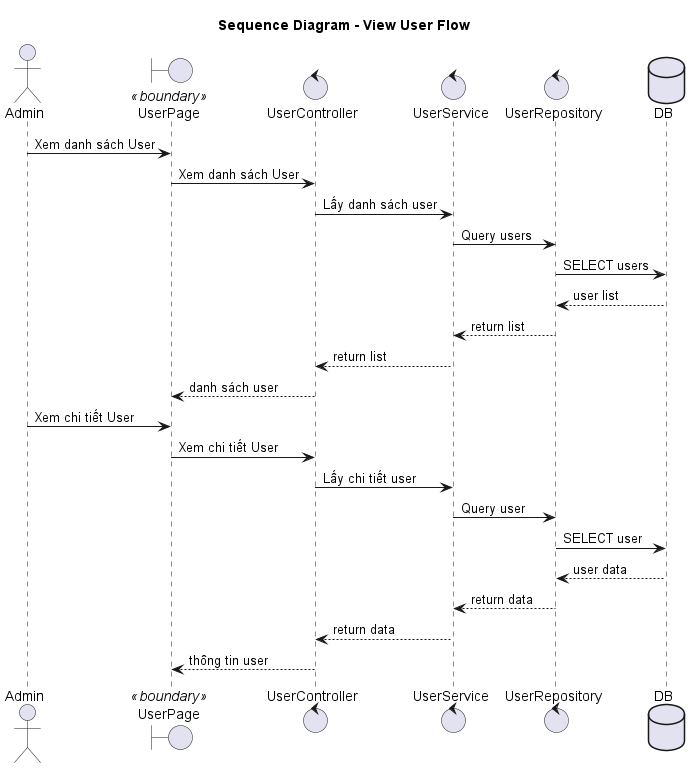
The PlantUML diagram out/sequence/xem user/view_user_sequence.png in Faythpromax/E-Learning, before a commit. Its diagram source:
```plantuml
@startuml view_user_sequence
title Sequence Diagram - View User Flow

actor Admin
boundary "UserPage" as UI <<boundary>>
control UserController
control UserService
control UserRepository
database DB

Admin -> UI: Xem danh sách User
UI -> UserController: Xem danh sách User

UserController -> UserService: Lấy danh sách user

UserService -> UserRepository: Query users
UserRepository -> DB: SELECT users
DB --> UserRepository: user list
UserRepository --> UserService: return list
UserService --> UserController: return list

UserController --> UI: danh sách user

Admin -> UI: Xem chi tiết User
UI -> UserController: Xem chi tiết User

UserController -> UserService: Lấy chi tiết user

UserService -> UserRepository: Query user
UserRepository -> DB: SELECT user
DB --> UserRepository: user data
UserRepository --> UserService: return data
UserService --> UserController: return data

UserController --> UI: thông tin user

@enduml
```
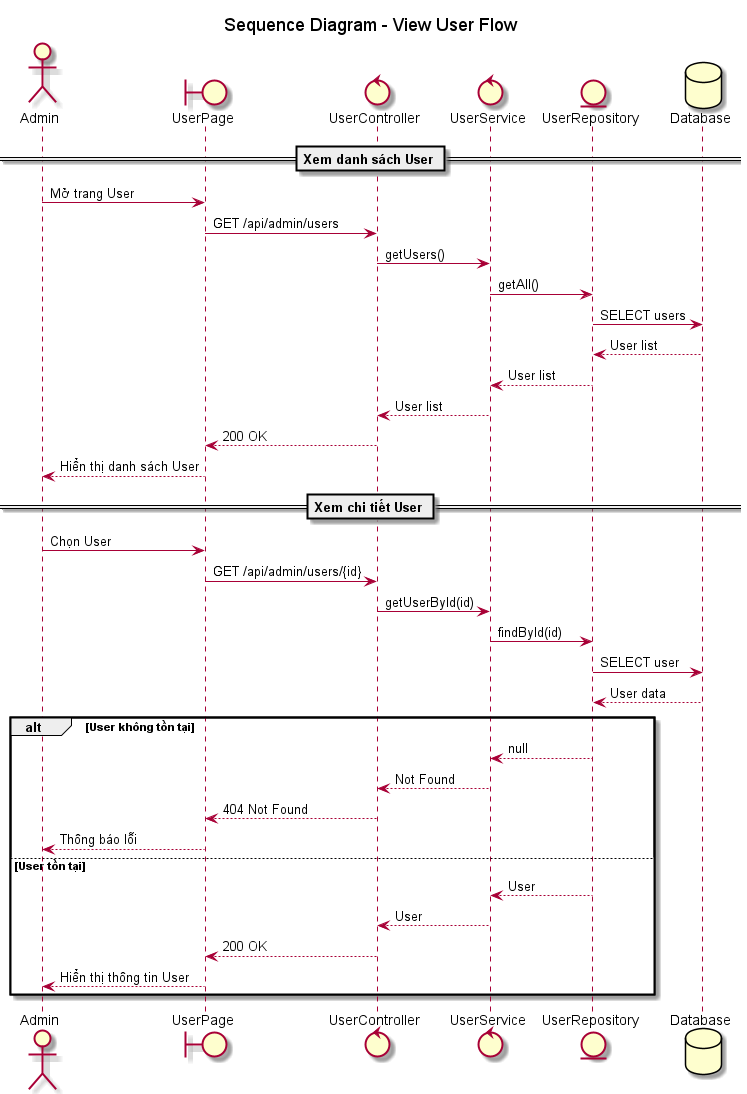
After the change.

Diff of the diagram source:
```diff
@@ -1,37 +1,51 @@
 @startuml view_user_sequence
 title Sequence Diagram - View User Flow
 
-actor Admin
-boundary "UserPage" as UI <<boundary>>
-control UserController
-control UserService
-control UserRepository
-database DB
+actor "Admin" as admin
+boundary "UserPage" as UI
+control "UserController" as controller
+control "UserService" as service
+entity "UserRepository" as repository
+database "Database" as db
 
-Admin -> UI: Xem danh sách User
-UI -> UserController: Xem danh sách User
+== Xem danh sách User ==
 
-UserController -> UserService: Lấy danh sách user
+admin -> UI: Mở trang User
+UI -> controller: GET /api/admin/users
 
-UserService -> UserRepository: Query users
-UserRepository -> DB: SELECT users
-DB --> UserRepository: user list
-UserRepository --> UserService: return list
-UserService --> UserController: return list
+controller -> service: getUsers()
+service -> repository: getAll()
 
-UserController --> UI: danh sách user
+repository -> db: SELECT users
+db --> repository: User list
 
-Admin -> UI: Xem chi tiết User
-UI -> UserController: Xem chi tiết User
+repository --> service: User list
+service --> controller: User list
 
-UserController -> UserService: Lấy chi tiết user
+controller --> UI: 200 OK
+UI --> admin: Hiển thị danh sách User
 
-UserService -> UserRepository: Query user
-UserRepository -> DB: SELECT user
-DB --> UserRepository: user data
-UserRepository --> UserService: return data
-UserService --> UserController: return data
+== Xem chi tiết User ==
 
-UserController --> UI: thông tin user
+admin -> UI: Chọn User
+UI -> controller: GET /api/admin/users/{id}
+
+controller -> service: getUserById(id)
+service -> repository: findById(id)
+
+repository -> db: SELECT user
+db --> repository: User data
+
+alt User không tồn tại
+    repository --> service: null
+    service --> controller: Not Found
+    controller --> UI: 404 Not Found
+    UI --> admin: Thông báo lỗi
+else User tồn tại
+    repository --> service: User
+    service --> controller: User
+    controller --> UI: 200 OK
+    UI --> admin: Hiển thị thông tin User
+end
 
 @enduml
```
